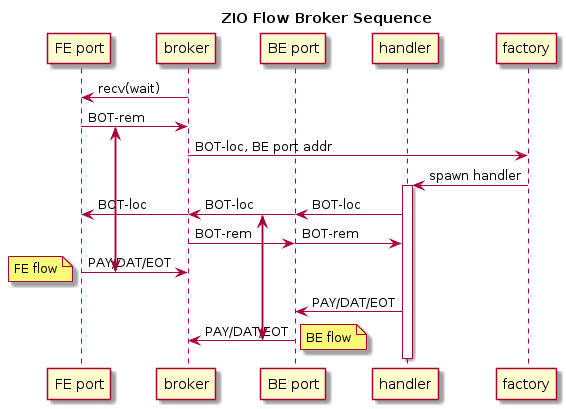
Earlier version of the PlantUML export docs/flow-broker.png (brettviren/zio). Its diagram source:
```plantuml
@startuml
!pragma teoz true

title ZIO Flow Broker Sequence
participant "FE port" as feport
participant "broker" as broker
participant "BE port" as beport
participant "handler" as app
participant "factory" as factory

broker -> feport : recv(wait)

{festart} feport -> broker : BOT-rem
broker -> factory : BOT-loc, BE port addr
factory -> app : spawn handler
activate app
        {bestart} app -> beport : BOT-loc
        & beport -> broker : BOT-loc
        & broker -> feport : BOT-loc

        broker -> beport : BOT-rem
        & beport -> app  : BOT-rem

        {feend} feport -> broker : PAY/DAT/EOT
        note left
                FE flow
        end note

        app -> beport : PAY/DAT/EOT
        {beend} beport -> broker : PAY/DAT/EOT
        note right
                BE flow
        end note

deactivate app

{bestart} <-> {beend}

{festart} <-> {feend}

@enduml
```
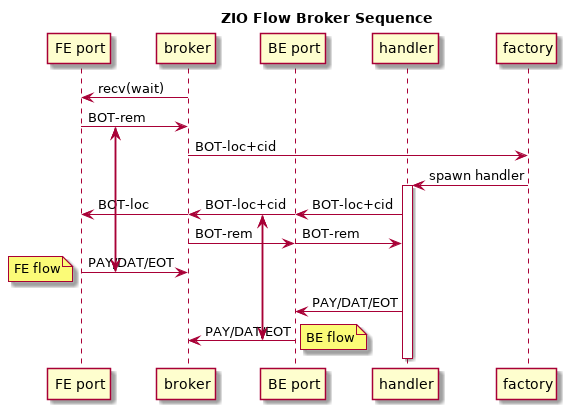
The same file after the commit.

Change to the diagram source:
```diff
@@ -11,11 +11,11 @@
 broker -> feport : recv(wait)
 
 {festart} feport -> broker : BOT-rem
-broker -> factory : BOT-loc, BE port addr
+broker -> factory : BOT-loc+cid
 factory -> app : spawn handler
 activate app
-        {bestart} app -> beport : BOT-loc
-        & beport -> broker : BOT-loc
+        {bestart} app -> beport : BOT-loc+cid
+        & beport -> broker : BOT-loc+cid
         & broker -> feport : BOT-loc
 
         broker -> beport : BOT-rem
```
